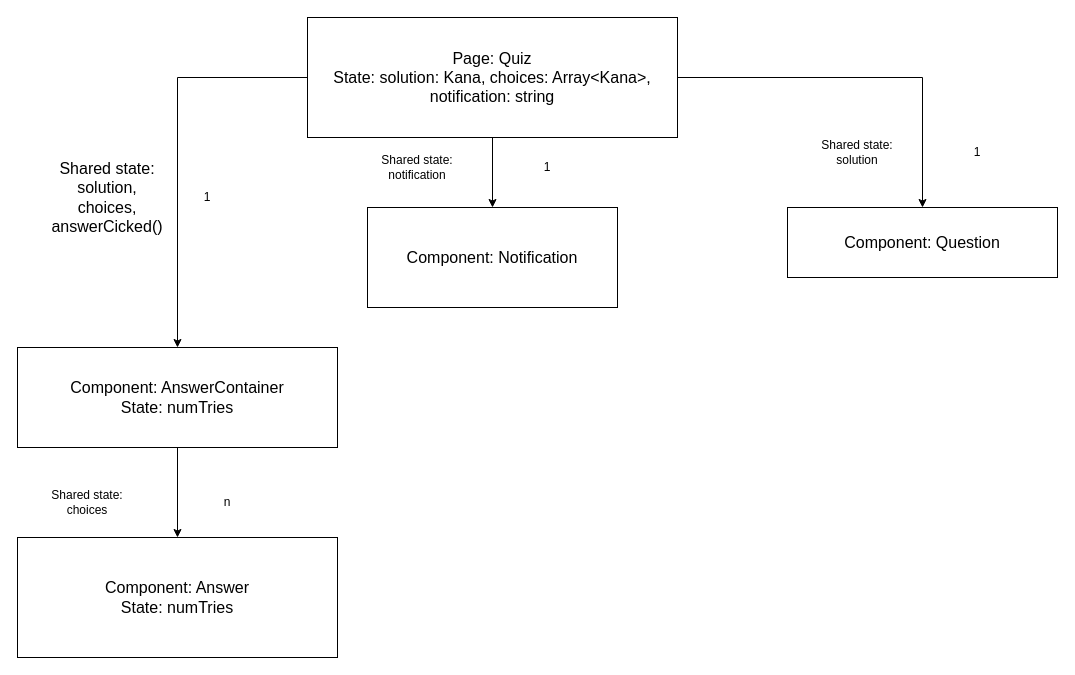
Earlier version of the draw.io diagram page "UI Component Tree" (3 of 6) of Endless Kana Design v0.drawio (jdsmith104/endless-kana). Source tidied: cells renumbered, new cells numbered last; positions are measured from the earlier drawing's top-left corner, leaving out a move shared by most shapes. Both pictures are drawn from the tidied source at 100%, with x=0, y=0 at pixel (17, 17).
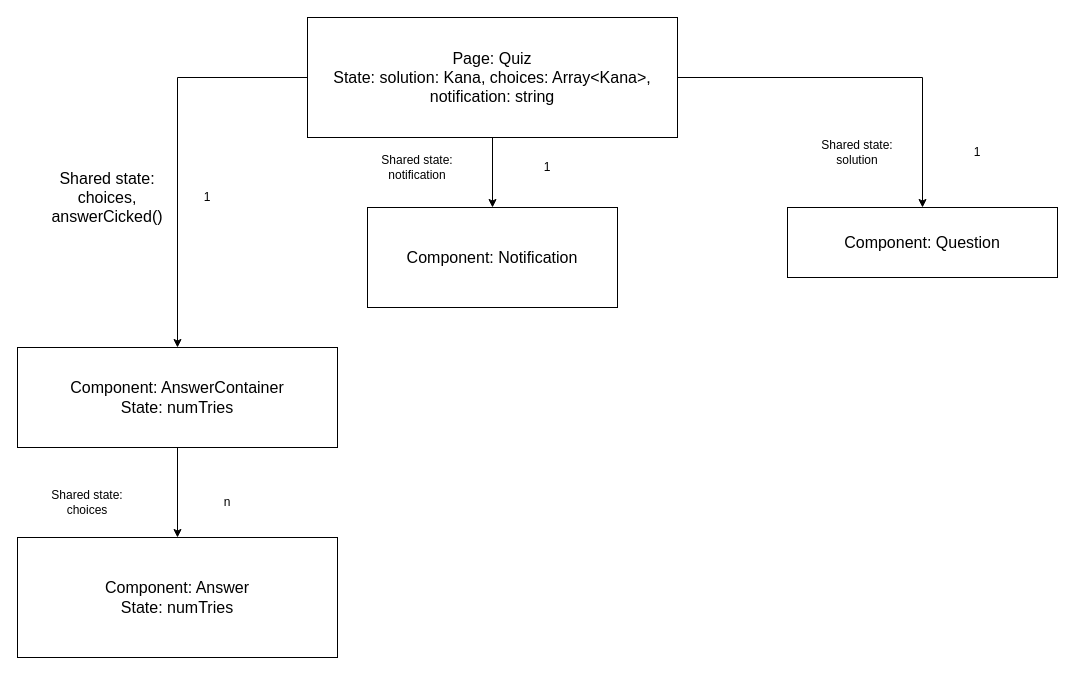
Above is the later version.

The edit, as a diff of the source:
```diff
@@
-    <mxCell id="8" value="Shared state: solution,&lt;br&gt;choices,&lt;br&gt;answerCicked() " style="text;html=1;strokeColor=none;fillColor=none;align=center;verticalAlign=middle;whiteSpace=wrap;rounded=0;fontSize=16;" parent="1" vertex="1">
+    <mxCell id="8" value="Shared state: &lt;br&gt;choices,&lt;br&gt;answerCicked() " style="text;html=1;strokeColor=none;fillColor=none;align=center;verticalAlign=middle;whiteSpace=wrap;rounded=0;fontSize=16;" parent="1" vertex="1">
       <mxGeometry x="20" y="130" width="140" height="100" as="geometry" />
     </mxCell>
```
